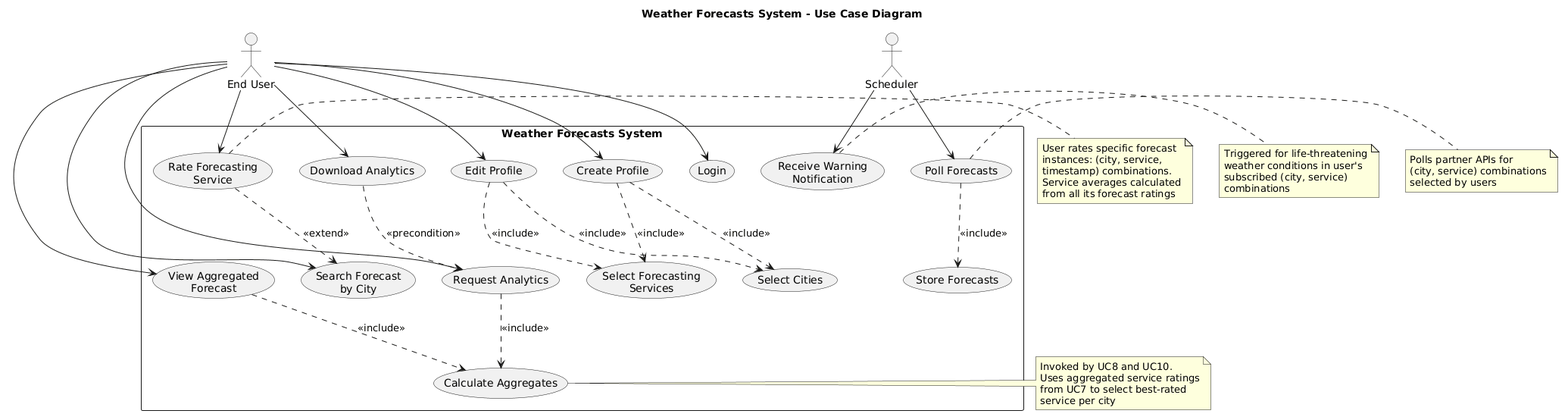
Above: requirements/usecase_diagram.png in ManosMorf97/Weather-Forecasts-AI-Remastered (PlantUML), before the change.
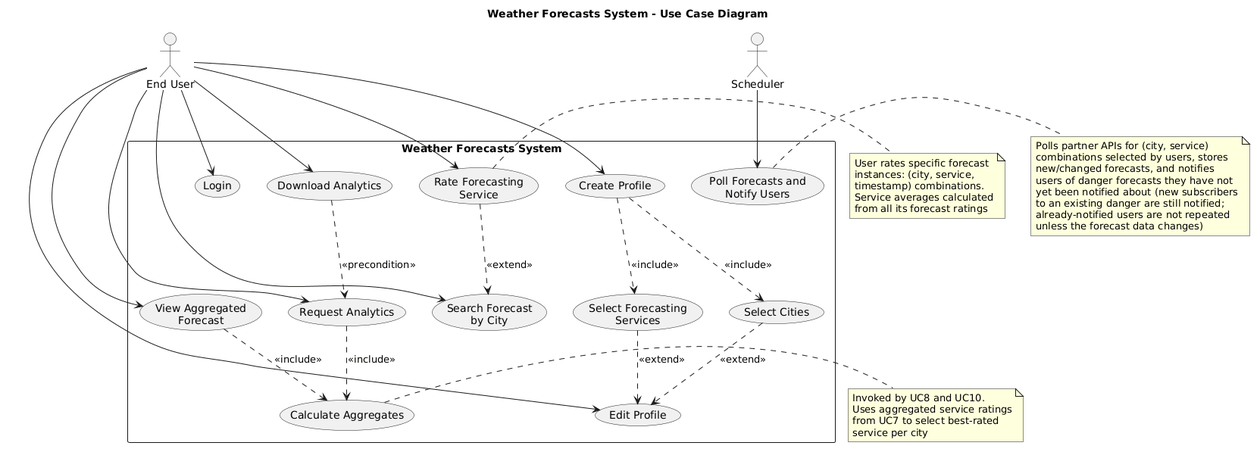
The same file after the commit.

The edit, as a diff of the source:
```diff
@@ -20,12 +20,9 @@
     usecase "Download Analytics" as UC9
     usecase "View Aggregated\nForecast" as UC10
 
-    usecase "Receive Warning\nNotification" as UC11
+    usecase "Poll Forecasts and\nNotify Users" as UC11
 
-    usecase "Poll Forecasts" as UC12
-    usecase "Store Forecasts" as UC13
-
-    usecase "Calculate Aggregates" as UC14
+    usecase "Calculate Aggregates" as UC12
 }
 
 User --> UC1
@@ -37,20 +34,17 @@
 User --> UC9
 User --> UC10
 
-Scheduler --> UC12
 Scheduler --> UC11
 
 UC2 ..> UC4 : <<include>>
 UC2 ..> UC5 : <<include>>
-UC3 ..> UC4 : <<include>>
-UC3 ..> UC5 : <<include>>
+UC4 ..> UC3 : <<extend>>
+UC5 ..> UC3 : <<extend>>
 
 UC7 ..> UC6 : <<extend>>
-UC8 ..> UC14 : <<include>>
+UC8 ..> UC12 : <<include>>
 UC9 ..> UC8 : <<precondition>>
-UC10 ..> UC14 : <<include>>
-
-UC12 ..> UC13 : <<include>>
+UC10 ..> UC12 : <<include>>
 
 note right of UC7
   User rates specific forecast
@@ -61,22 +55,20 @@
 end note
 
 note right of UC11
-  Triggered for life-threatening
-  weather conditions in user's
-  subscribed (city, service)
-  combinations
+  Polls partner APIs for (city, service)
+  combinations selected by users, stores
+  new/changed forecasts, and notifies
+  users of danger forecasts they have not
+  yet been notified about (new subscribers
+  to an existing danger are still notified;
+  already-notified users are not repeated
+  unless the forecast data changes)
 end note
 
-note right of UC14
+note right of UC12
   Invoked by UC8 and UC10.
   Uses aggregated service ratings
   from UC7 to select best-rated
   service per city
 end note
-
-note right of UC12
-  Polls partner APIs for
-  (city, service) combinations
-  selected by users
-end note
 @enduml
```
